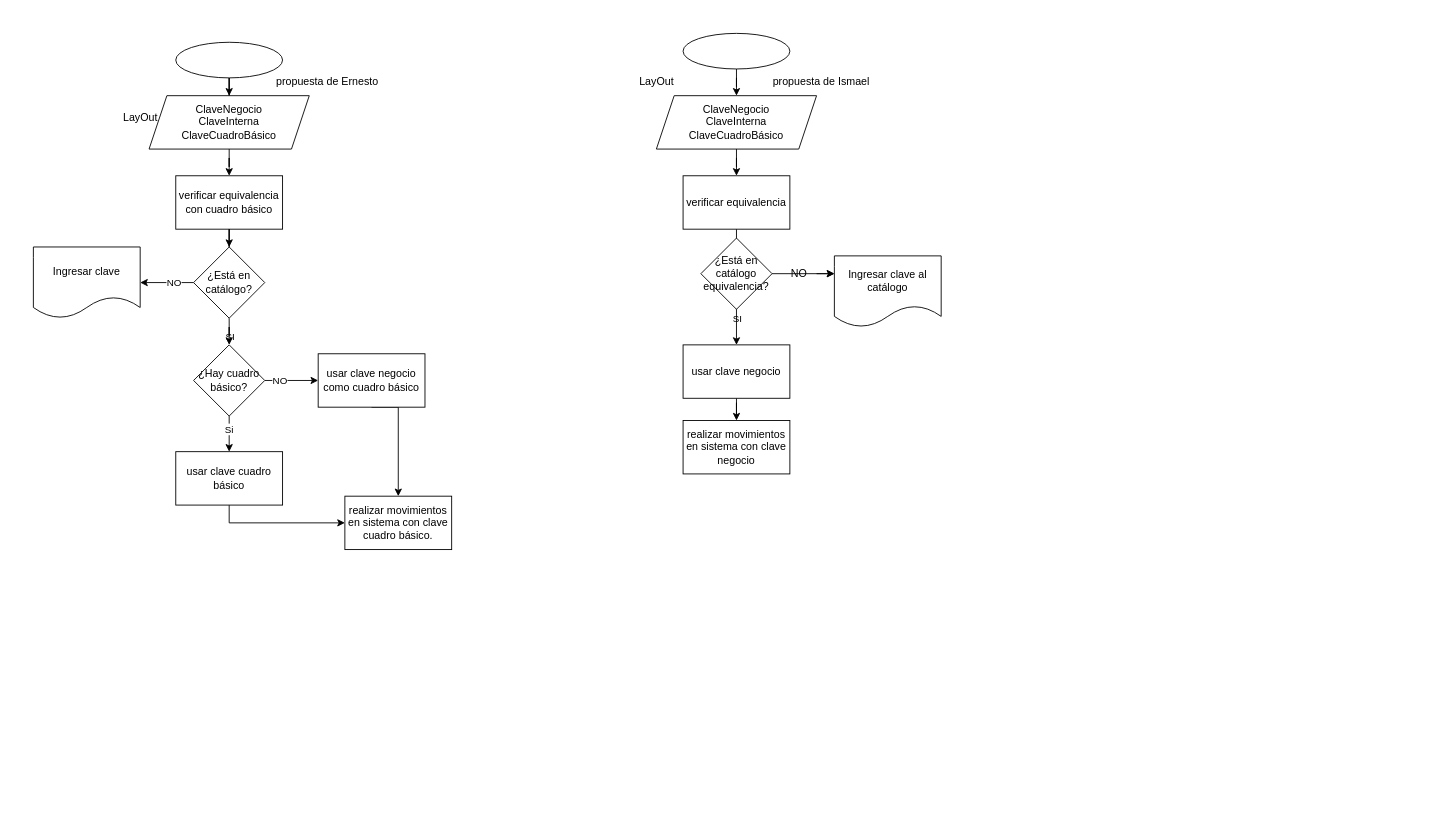
The draw.io diagram ClavesAlta.drawio in ErnestoDanielTafoyaMolinaCYM/clases-cat-cym, before the edit. Source tidied: cells renumbered, new cells numbered last; positions are measured from the earlier drawing's top-left corner, leaving out a move shared by most shapes. Both pictures are drawn from the tidied source at 89%, with x=0, y=0 at pixel (33, 33).
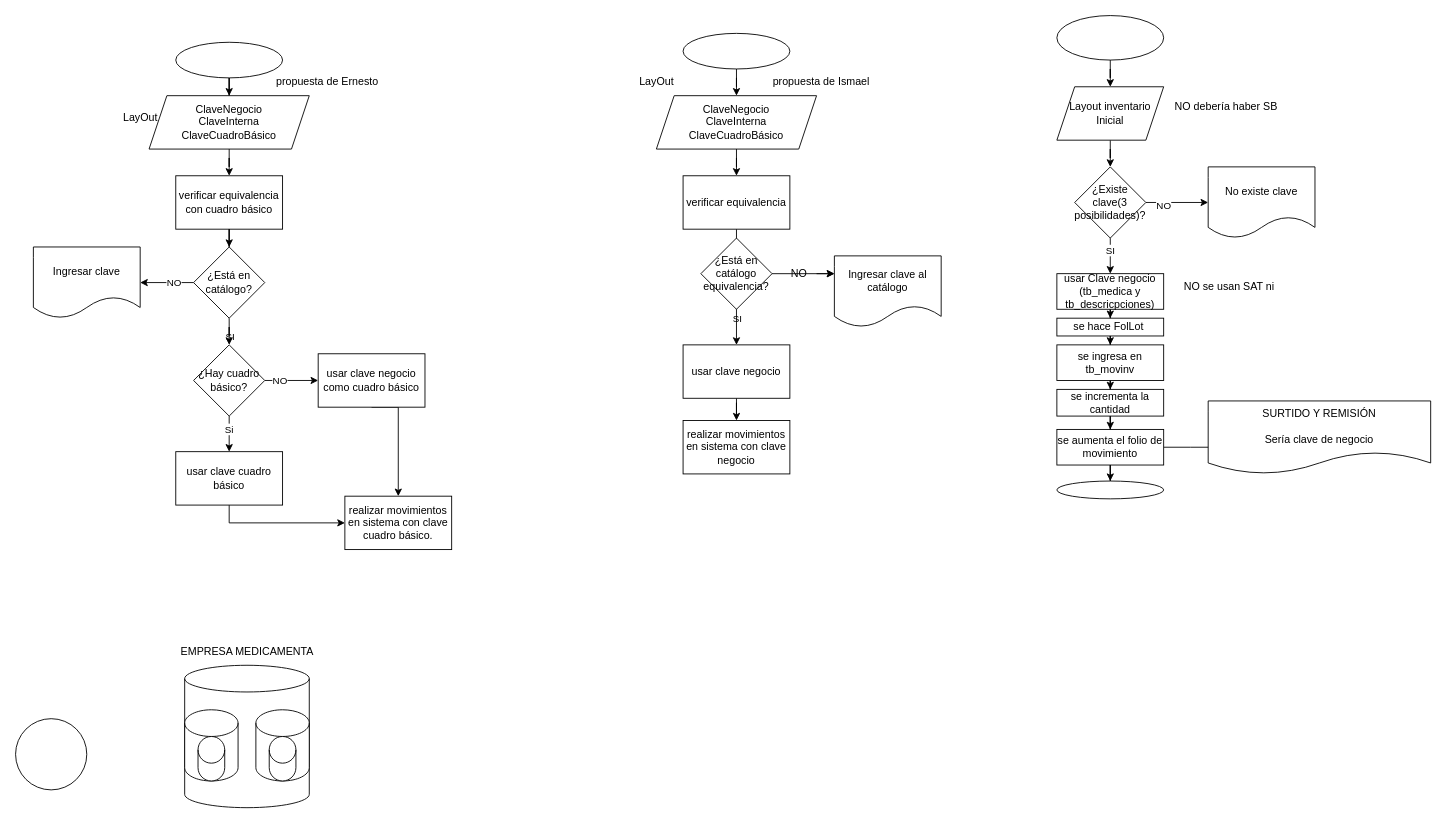
The same diagram, later.

Change to the diagram source:
```diff
@@
+    <mxCell id="43" style="shape=cylinder3;whiteSpace=wrap;html=1;boundedLbl=1;backgroundOutline=1;size=15;" parent="1" vertex="1">
+      <mxGeometry x="170" y="710" width="140" height="160" as="geometry" />
+    </mxCell>
+    <mxCell id="44" style="ellipse;whiteSpace=wrap;html=1;" parent="1" vertex="1">
+      <mxGeometry x="-20" y="770" width="80" height="80" as="geometry" />
+    </mxCell>
+    <mxCell id="45" style="shape=cylinder3;whiteSpace=wrap;html=1;boundedLbl=1;backgroundOutline=1;size=15;" parent="1" vertex="1">
+      <mxGeometry x="170" y="760" width="60" height="80" as="geometry" />
+    </mxCell>
+    <mxCell id="46" style="shape=cylinder3;whiteSpace=wrap;html=1;boundedLbl=1;backgroundOutline=1;size=15;" parent="1" vertex="1">
+      <mxGeometry x="250" y="760" width="60" height="80" as="geometry" />
+    </mxCell>
+    <mxCell id="47" value="EMPRESA MEDICAMENTA" style="text;html=1;align=center;verticalAlign=middle;strokeColor=none;fillColor=none;" parent="1" vertex="1">
+      <mxGeometry x="155" y="680" width="170" height="30" as="geometry" />
+    </mxCell>
+    <mxCell id="48" style="shape=cylinder3;whiteSpace=wrap;html=1;boundedLbl=1;backgroundOutline=1;size=15;" parent="1" vertex="1">
+      <mxGeometry x="185" y="790" width="30" height="50" as="geometry" />
+    </mxCell>
+    <mxCell id="49" style="shape=cylinder3;whiteSpace=wrap;html=1;boundedLbl=1;backgroundOutline=1;size=15;" parent="1" vertex="1">
+      <mxGeometry x="265" y="790" width="30" height="50" as="geometry" />
+    </mxCell>
+    <mxCell id="50" style="edgeStyle=orthogonalEdgeStyle;rounded=0;jettySize=auto;html=1;" parent="1" edge="1" source="51" target="53">
+      <mxGeometry relative="1" as="geometry" />
+    </mxCell>
+    <mxCell id="51" style="ellipse;whiteSpace=wrap;html=1;" parent="1" vertex="1">
+      <mxGeometry x="1150" y="-20" width="120" height="50" as="geometry" />
+    </mxCell>
+    <mxCell id="52" style="edgeStyle=orthogonalEdgeStyle;rounded=0;jettySize=auto;html=1;" parent="1" edge="1" source="53" target="58">
+      <mxGeometry relative="1" as="geometry" />
+    </mxCell>
+    <mxCell id="53" value="Layout inventario Inicial" style="shape=parallelogram;perimeter=parallelogramPerimeter;whiteSpace=wrap;html=1;fixedSize=1;" parent="1" vertex="1">
+      <mxGeometry x="1150" y="60" width="120" height="60" as="geometry" />
+    </mxCell>
+    <mxCell id="54" style="edgeStyle=orthogonalEdgeStyle;rounded=0;jettySize=auto;html=1;" parent="1" edge="1" source="58" target="59">
+      <mxGeometry relative="1" as="geometry" />
+    </mxCell>
+    <mxCell id="55" value="NO" style="edgeLabel;html=1;align=center;verticalAlign=middle;" parent="54" vertex="1">
+      <mxGeometry x="-0.46" y="-3" relative="1" as="geometry" />
+    </mxCell>
+    <mxCell id="56" style="edgeStyle=orthogonalEdgeStyle;rounded=0;jettySize=auto;html=1;" parent="1" edge="1" source="58" target="62">
+      <mxGeometry relative="1" as="geometry" />
+    </mxCell>
+    <mxCell id="57" value="SI" style="edgeLabel;html=1;align=center;verticalAlign=middle;" parent="56" vertex="1">
+      <mxGeometry x="-0.34" y="-1" relative="1" as="geometry" />
+    </mxCell>
+    <mxCell id="58" value="¿Existe clave(3 posibilidades)?" style="rhombus;whiteSpace=wrap;html=1;" parent="1" vertex="1">
+      <mxGeometry x="1170" y="150" width="80" height="80" as="geometry" />
+    </mxCell>
+    <mxCell id="59" value="No existe clave" style="shape=document;whiteSpace=wrap;html=1;boundedLbl=1;" parent="1" vertex="1">
+      <mxGeometry x="1320" y="150" width="120" height="80" as="geometry" />
+    </mxCell>
+    <mxCell id="60" value="NO debería haber SB" style="text;html=1;align=center;verticalAlign=middle;strokeColor=none;fillColor=none;" parent="1" vertex="1">
+      <mxGeometry x="1270" y="68" width="140" height="30" as="geometry" />
+    </mxCell>
+    <mxCell id="61" style="edgeStyle=orthogonalEdgeStyle;rounded=0;jettySize=auto;html=1;entryX=0.5;entryY=0;entryDx=0;entryDy=0;" parent="1" edge="1" source="62" target="65">
+      <mxGeometry relative="1" as="geometry" />
+    </mxCell>
+    <mxCell id="62" value="usar Clave negocio (tb_medica y tb_descricpciones)" style="whiteSpace=wrap;html=1;" parent="1" vertex="1">
+      <mxGeometry x="1150" y="270" width="120" height="40" as="geometry" />
+    </mxCell>
+    <mxCell id="63" value="NO se usan SAT ni&amp;nbsp;" style="text;html=1;align=center;verticalAlign=middle;strokeColor=none;fillColor=none;" parent="1" vertex="1">
+      <mxGeometry x="1280" y="270" width="130" height="30" as="geometry" />
+    </mxCell>
+    <mxCell id="64" style="edgeStyle=orthogonalEdgeStyle;rounded=0;jettySize=auto;html=1;" parent="1" edge="1" source="65" target="67">
+      <mxGeometry relative="1" as="geometry" />
+    </mxCell>
+    <mxCell id="65" value="se hace FolLot&amp;nbsp;" style="rounded=0;whiteSpace=wrap;html=1;" parent="1" vertex="1">
+      <mxGeometry x="1150" y="320" width="120" height="20" as="geometry" />
+    </mxCell>
+    <mxCell id="66" style="edgeStyle=orthogonalEdgeStyle;rounded=0;jettySize=auto;html=1;" parent="1" edge="1" source="67" target="69">
+      <mxGeometry relative="1" as="geometry" />
+    </mxCell>
+    <mxCell id="67" value="se ingresa en tb_movinv" style="rounded=0;whiteSpace=wrap;html=1;" parent="1" vertex="1">
+      <mxGeometry x="1150" y="350" width="120" height="40" as="geometry" />
+    </mxCell>
+    <mxCell id="68" style="edgeStyle=orthogonalEdgeStyle;rounded=0;jettySize=auto;html=1;" parent="1" edge="1" source="69" target="72">
+      <mxGeometry relative="1" as="geometry" />
+    </mxCell>
+    <mxCell id="69" value="se incrementa la cantidad" style="whiteSpace=wrap;html=1;rounded=0;" parent="1" vertex="1">
+      <mxGeometry x="1150" y="400" width="120" height="30" as="geometry" />
+    </mxCell>
+    <mxCell id="70" style="edgeStyle=orthogonalEdgeStyle;rounded=0;jettySize=auto;html=1;" parent="1" edge="1" source="72" target="73">
+      <mxGeometry relative="1" as="geometry" />
+    </mxCell>
+    <mxCell id="71" style="edgeStyle=orthogonalEdgeStyle;rounded=0;jettySize=auto;html=1;" parent="1" edge="1" source="72">
+      <mxGeometry relative="1" as="geometry">
+        <mxPoint x="1330" y="465" as="targetPoint" />
+      </mxGeometry>
+    </mxCell>
+    <mxCell id="72" value="se aumenta el folio de movimiento" style="whiteSpace=wrap;html=1;rounded=0;" parent="1" vertex="1">
+      <mxGeometry x="1150" y="445" width="120" height="40" as="geometry" />
+    </mxCell>
+    <mxCell id="73" style="ellipse;whiteSpace=wrap;html=1;" parent="1" vertex="1">
+      <mxGeometry x="1150" y="503" width="120" height="20" as="geometry" />
+    </mxCell>
+    <mxCell id="74" value="SURTIDO Y REMISIÓN&lt;div&gt;&lt;br&gt;&lt;/div&gt;&lt;div&gt;Sería clave de negocio&lt;/div&gt;" style="shape=document;whiteSpace=wrap;html=1;boundedLbl=1;" parent="1" vertex="1">
+      <mxGeometry x="1320" y="413" width="250" height="82" as="geometry" />
+    </mxCell>
```
